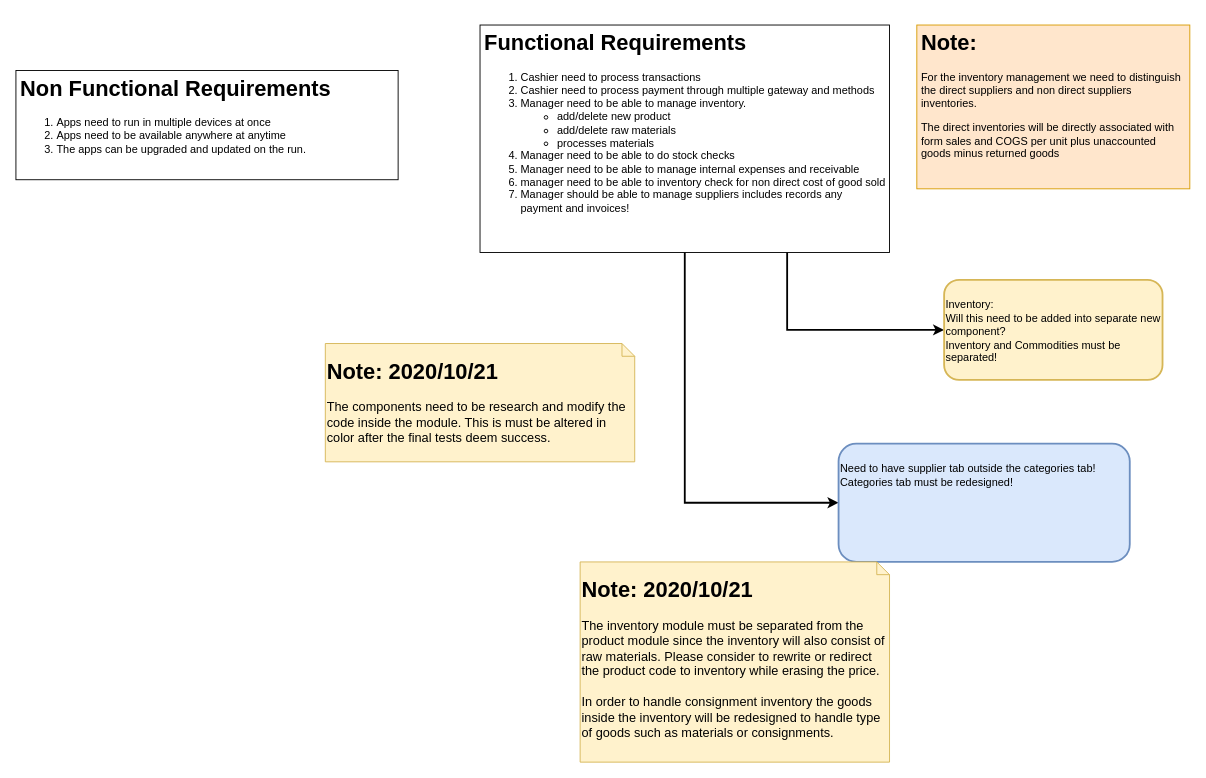
Above: page "1.Read First" (1 of 7) of docs/2020-06-21_UML.drawio in m00racle/trialpos (draw.io), before the change. Source tidied: cells renumbered, new cells numbered last; positions are measured from the earlier drawing's top-left corner, leaving out a move shared by most shapes. Both pictures are drawn from the tidied source at 91%, with x=0, y=0 at pixel (15, 25).
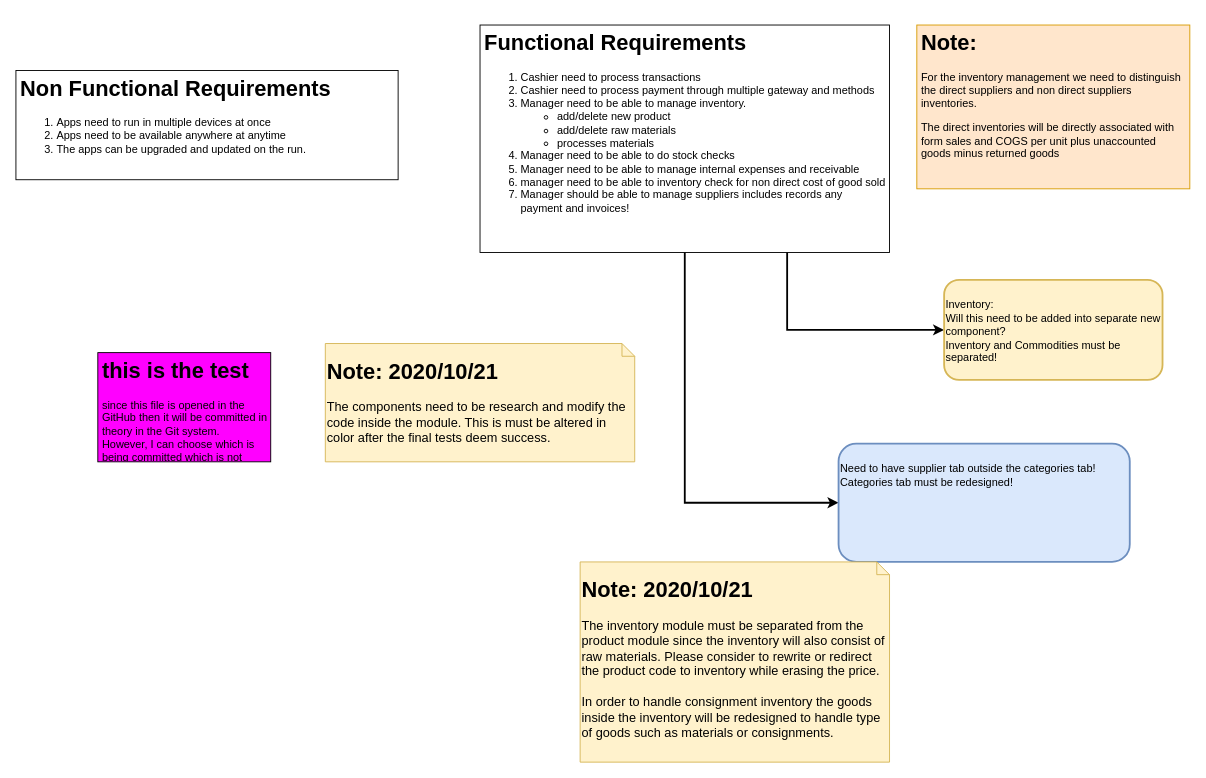
Above is the later version.

The edit, as a diff of the source:
```diff
@@
 <mxGraphModel>
   <root>
     <mxCell id="0" />
     <mxCell id="1" parent="0" />
     <mxCell id="2" style="edgeStyle=orthogonalEdgeStyle;rounded=0;jettySize=auto;html=1;exitX=0.75;exitY=1;exitDx=0;exitDy=0;entryX=0;entryY=0.5;entryDx=0;entryDy=0;strokeWidth=2;" parent="1" edge="1" source="4" target="7">
       <mxGeometry relative="1" as="geometry" />
     </mxCell>
     <mxCell id="3" style="edgeStyle=orthogonalEdgeStyle;rounded=0;jettySize=auto;html=1;exitX=0.5;exitY=1;exitDx=0;exitDy=0;entryX=0;entryY=0.5;entryDx=0;entryDy=0;strokeWidth=2;" parent="1" edge="1" source="4" target="8">
       <mxGeometry relative="1" as="geometry" />
     </mxCell>
     <mxCell id="4" value="&lt;h1&gt;Functional Requirements&lt;/h1&gt;&lt;p&gt;&lt;/p&gt;&lt;ol&gt;&lt;li&gt;Cashier need to process transactions&lt;/li&gt;&lt;li&gt;Cashier need to process payment through multiple gateway and methods&lt;/li&gt;&lt;li&gt;Manager need to be able to manage inventory.&lt;/li&gt;&lt;ul&gt;&lt;li&gt;add/delete new product&lt;/li&gt;&lt;li&gt;add/delete raw materials&amp;nbsp;&lt;/li&gt;&lt;li&gt;processes materials&lt;/li&gt;&lt;/ul&gt;&lt;li&gt;Manager need to be able to do stock checks&lt;/li&gt;&lt;li&gt;Manager need to be able to manage internal expenses and receivable&lt;/li&gt;&lt;li&gt;manager need to be able to inventory check for non direct cost of good sold&lt;/li&gt;&lt;li&gt;Manager should be able to manage suppliers includes records any payment and invoices!&lt;/li&gt;&lt;/ol&gt;&lt;p&gt;&lt;/p&gt;" style="text;html=1;fillColor=none;spacing=5;spacingTop=-20;whiteSpace=wrap;overflow=hidden;rounded=0;strokeColor=#000000;" parent="1" vertex="1">
       <mxGeometry x="510" width="450" height="250" as="geometry" />
     </mxCell>
     <mxCell id="5" value="&lt;h1&gt;Non Functional Requirements&lt;/h1&gt;&lt;p&gt;&lt;/p&gt;&lt;ol&gt;&lt;li&gt;Apps need to run in multiple devices at once&lt;/li&gt;&lt;li&gt;Apps need to be available anywhere at anytime&lt;/li&gt;&lt;li&gt;The apps can be upgraded and updated on the run.&lt;/li&gt;&lt;/ol&gt;&lt;p&gt;&lt;/p&gt;" style="text;html=1;fillColor=none;spacing=5;spacingTop=-20;whiteSpace=wrap;overflow=hidden;rounded=0;strokeColor=#000000;" parent="1" vertex="1">
       <mxGeometry y="50" width="420" height="120" as="geometry" />
     </mxCell>
     <mxCell id="6" value="&lt;h1&gt;Note:&lt;/h1&gt;&lt;p&gt;For the inventory management we need to distinguish the direct suppliers and non direct suppliers inventories.&amp;nbsp;&lt;/p&gt;&lt;p&gt;The direct inventories will be directly associated with form sales and COGS per unit plus unaccounted goods minus returned goods&lt;/p&gt;" style="text;html=1;strokeColor=#d79b00;fillColor=#ffe6cc;spacing=5;spacingTop=-20;whiteSpace=wrap;overflow=hidden;rounded=0;" parent="1" vertex="1">
       <mxGeometry x="990" width="300" height="180" as="geometry" />
     </mxCell>
     <mxCell id="7" value="&lt;br&gt;Inventory:&lt;br&gt;Will this need to be added into separate new component?&lt;br&gt;Inventory and Commodities must be separated!" style="rounded=1;whiteSpace=wrap;html=1;strokeColor=#d6b656;verticalAlign=top;align=left;strokeWidth=2;fillColor=#fff2cc;" parent="1" vertex="1">
       <mxGeometry x="1020" y="280" width="240" height="110" as="geometry" />
     </mxCell>
     <mxCell id="8" value="&lt;br&gt;Need to have supplier tab outside the categories tab!&amp;nbsp;&lt;br&gt;Categories tab must be redesigned!" style="rounded=1;whiteSpace=wrap;html=1;strokeWidth=2;verticalAlign=top;align=left;fillColor=#dae8fc;strokeColor=#6c8ebf;" parent="1" vertex="1">
       <mxGeometry x="904" y="460" width="320" height="130" as="geometry" />
     </mxCell>
     <mxCell id="9" value="&lt;h1&gt;Note: 2020/10/21&lt;/h1&gt;&lt;div&gt;&lt;font style=&quot;font-size: 14px&quot;&gt;The components need to be research and modify the code inside the module. This is must be altered in color after the final tests deem success.&lt;/font&gt;&lt;/div&gt;" style="shape=note;whiteSpace=wrap;html=1;size=14;verticalAlign=top;align=left;spacingTop=-6;strokeWidth=1;fillColor=#fff2cc;strokeColor=#d6b656;" parent="1" vertex="1">
       <mxGeometry x="340" y="350" width="340" height="130" as="geometry" />
     </mxCell>
     <mxCell id="10" value="&lt;h1&gt;Note: 2020/10/21&lt;/h1&gt;&lt;div&gt;&lt;font style=&quot;font-size: 14px&quot;&gt;The inventory module must be separated from the product module since the inventory will also consist of raw materials. Please consider to rewrite or redirect the product code to inventory while erasing the price.&lt;/font&gt;&lt;/div&gt;&lt;div&gt;&lt;font style=&quot;font-size: 14px&quot;&gt;&lt;br&gt;&lt;/font&gt;&lt;/div&gt;&lt;div&gt;&lt;font style=&quot;font-size: 14px&quot;&gt;In order to handle consignment inventory the goods inside the inventory will be redesigned to handle type of goods such as materials or consignments.&lt;/font&gt;&lt;/div&gt;" style="shape=note;whiteSpace=wrap;html=1;size=14;verticalAlign=top;align=left;spacingTop=-6;strokeWidth=1;fillColor=#fff2cc;strokeColor=#d6b656;" parent="1" vertex="1">
       <mxGeometry x="620" y="590" width="340" height="220" as="geometry" />
     </mxCell>
+    <mxCell id="11" value="&lt;h1&gt;this is the test&lt;/h1&gt;&lt;div&gt;since this file is opened in the GitHub then it will be committed in theory in the Git system. However, I can choose which is being committed which is not&lt;/div&gt;" style="text;html=1;spacing=5;spacingTop=-20;whiteSpace=wrap;overflow=hidden;rounded=0;strokeColor=#000000;fillColor=#FF00FF;" parent="1" vertex="1">
+      <mxGeometry x="90" y="360" width="190" height="120" as="geometry" />
+    </mxCell>
   </root>
 </mxGraphModel>
```
